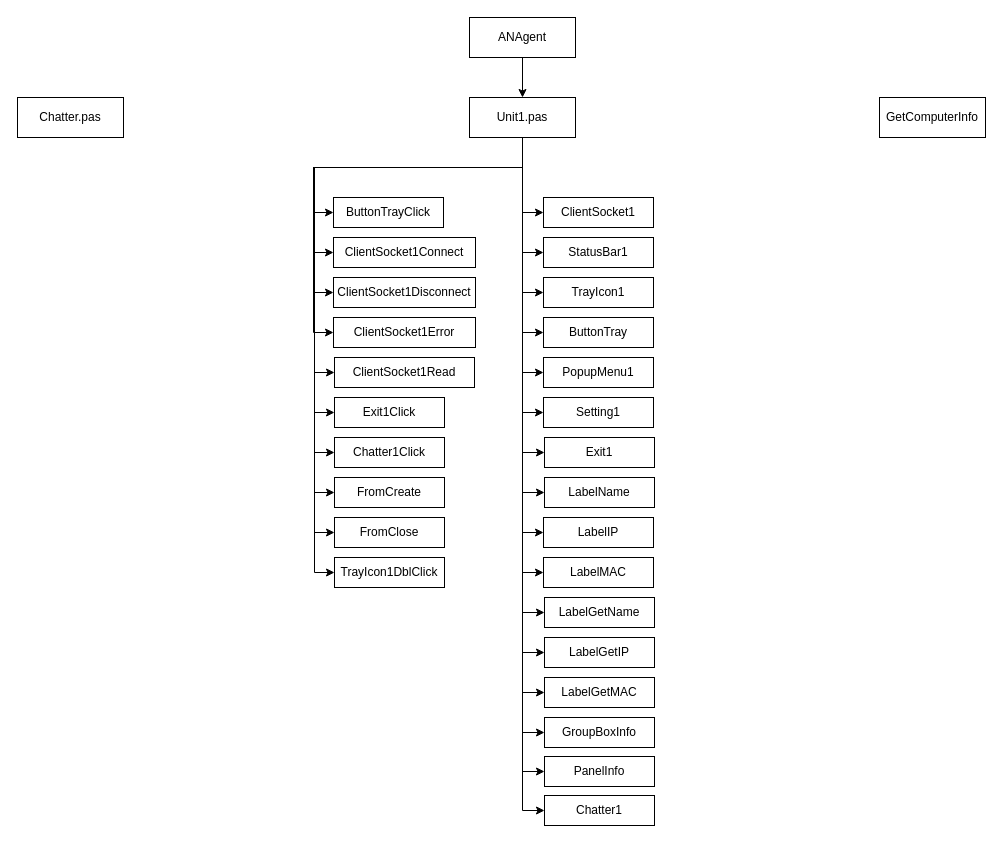
Before: Структура ПО.drawio in OhotnikovV/AvIS, a draw.io diagram. Source tidied: cells renumbered, new cells numbered last; positions are measured from the earlier drawing's top-left corner, leaving out a move shared by most shapes. Both pictures are drawn from the tidied source at 100%, with x=0, y=0 at pixel (17, 17).
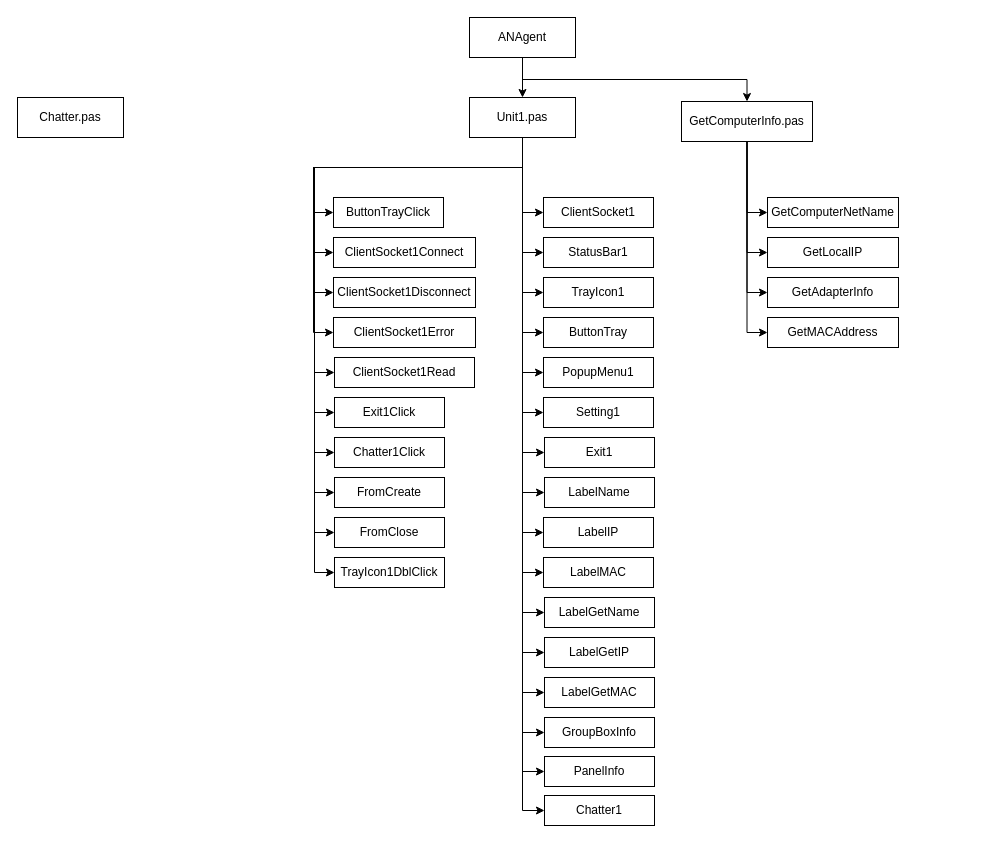
The same page after the edit.

Unchanged cells that the change refers to:
```xml
<mxCell id="33" value="ANAgent" style="rounded=0;whiteSpace=wrap;html=1;" parent="1" vertex="1">
  <mxGeometry x="452" width="106" height="40" as="geometry" />
</mxCell>
```

The edit, as a diff of the source:
```diff
@@
+    <mxCell id="59" style="edgeStyle=orthogonalEdgeStyle;rounded=0;jettySize=auto;html=1;exitX=0.5;exitY=1;exitDx=0;exitDy=0;entryX=0.5;entryY=0;entryDx=0;entryDy=0;" parent="1" edge="1" source="33" target="35">
+      <mxGeometry relative="1" as="geometry" />
+    </mxCell>
@@
+    <mxCell id="60" style="edgeStyle=orthogonalEdgeStyle;rounded=0;jettySize=auto;html=1;exitX=0.5;exitY=1;exitDx=0;exitDy=0;entryX=0;entryY=0.5;entryDx=0;entryDy=0;" parent="1" edge="1" source="35" target="64">
+      <mxGeometry relative="1" as="geometry" />
+    </mxCell>
+    <mxCell id="61" style="edgeStyle=orthogonalEdgeStyle;rounded=0;jettySize=auto;html=1;exitX=0.5;exitY=1;exitDx=0;exitDy=0;entryX=0;entryY=0.5;entryDx=0;entryDy=0;" parent="1" edge="1" source="35" target="65">
+      <mxGeometry relative="1" as="geometry" />
+    </mxCell>
+    <mxCell id="62" style="edgeStyle=orthogonalEdgeStyle;rounded=0;jettySize=auto;html=1;exitX=0.5;exitY=1;exitDx=0;exitDy=0;entryX=0;entryY=0.5;entryDx=0;entryDy=0;" parent="1" edge="1" source="35" target="66">
+      <mxGeometry relative="1" as="geometry" />
+    </mxCell>
+    <mxCell id="63" style="edgeStyle=orthogonalEdgeStyle;rounded=0;jettySize=auto;html=1;exitX=0.5;exitY=1;exitDx=0;exitDy=0;entryX=0;entryY=0.5;entryDx=0;entryDy=0;" parent="1" edge="1" source="35" target="67">
+      <mxGeometry relative="1" as="geometry" />
+    </mxCell>
-    <mxCell id="35" value="GetComputerInfo" style="rounded=0;whiteSpace=wrap;html=1;" parent="1" vertex="1">
-      <mxGeometry x="862" y="80" width="106" height="40" as="geometry" />
+    <mxCell id="35" value="GetComputerInfo.pas" style="rounded=0;whiteSpace=wrap;html=1;" parent="1" vertex="1">
+      <mxGeometry x="664" y="84" width="131" height="40" as="geometry" />
     </mxCell>
@@
+    <mxCell id="64" value="GetComputerNetName" style="rounded=0;whiteSpace=wrap;html=1;" parent="1" vertex="1">
+      <mxGeometry x="750" y="180" width="131" height="30" as="geometry" />
+    </mxCell>
+    <mxCell id="65" value="GetLocalIP" style="rounded=0;whiteSpace=wrap;html=1;" parent="1" vertex="1">
+      <mxGeometry x="750" y="220" width="131" height="30" as="geometry" />
+    </mxCell>
+    <mxCell id="66" value="GetAdapterInfo" style="rounded=0;whiteSpace=wrap;html=1;" parent="1" vertex="1">
+      <mxGeometry x="750" y="260" width="131" height="30" as="geometry" />
+    </mxCell>
+    <mxCell id="67" value="GetMACAddress" style="rounded=0;whiteSpace=wrap;html=1;" parent="1" vertex="1">
+      <mxGeometry x="750" y="300" width="131" height="30" as="geometry" />
+    </mxCell>
```
